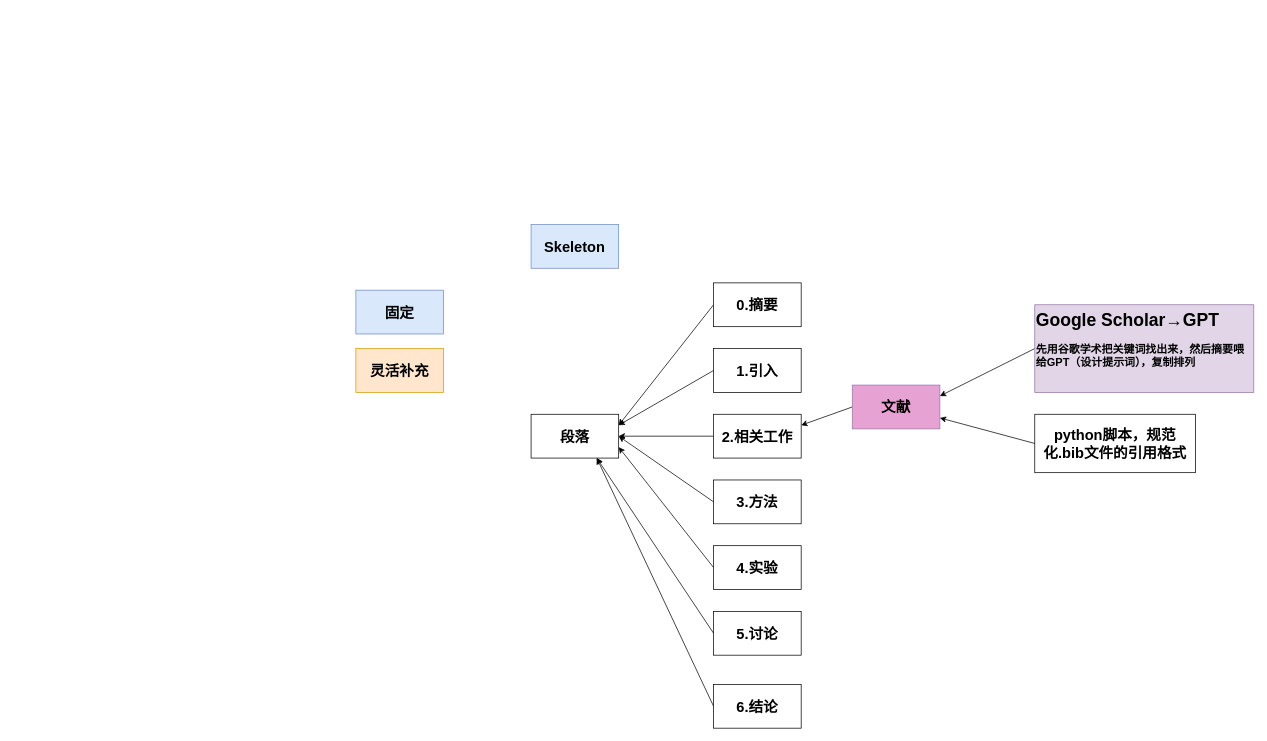
Above: 构建思路.drawio in ShellRedia/PaperConclusion (draw.io), before the change. Source tidied: cells renumbered, new cells numbered last; positions are measured from the earlier drawing's top-left corner, leaving out a move shared by most shapes. Both pictures are drawn from the tidied source at 73%, with x=0, y=0 at pixel (356, 224).
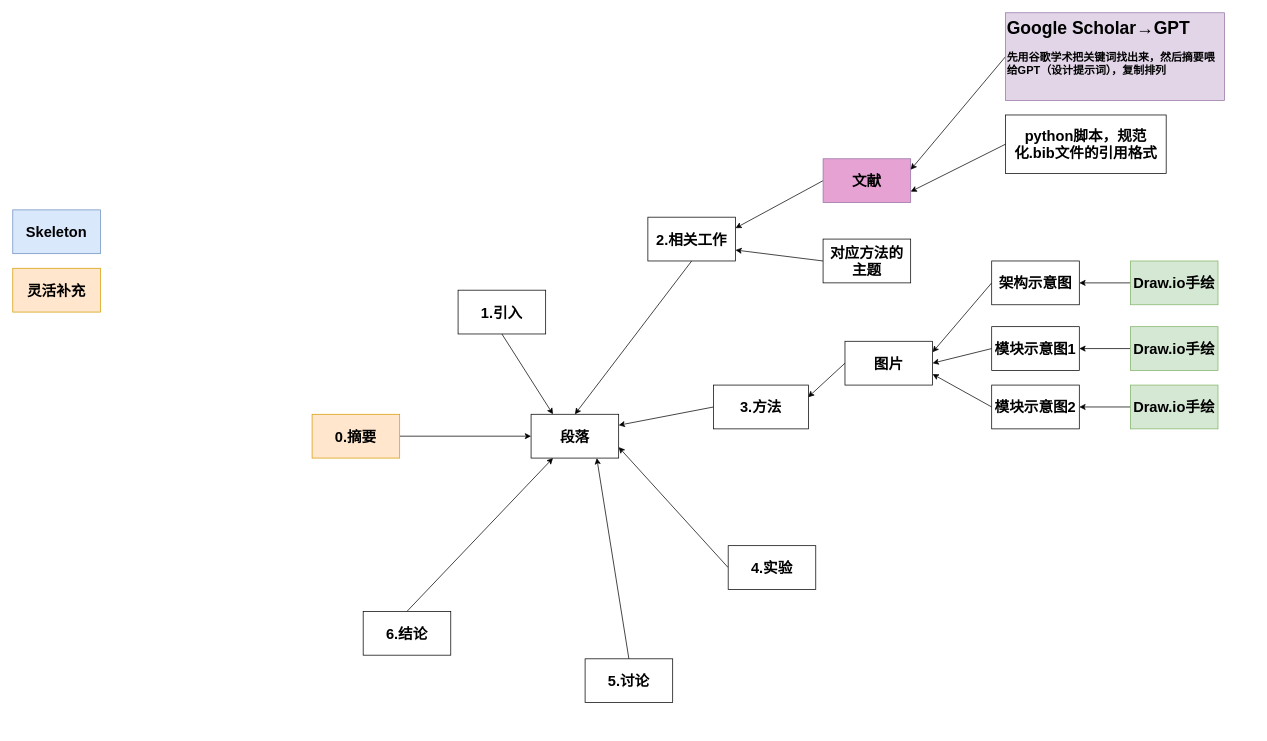
The same page after the edit.

Commit message:
更新构建思路.drawio

The change refers to these unchanged cells:
```xml
<mxCell id="2" value="&lt;font style=&quot;font-size: 20px;&quot;&gt;&lt;b&gt;段落&lt;/b&gt;&lt;/font&gt;" style="rounded=0;whiteSpace=wrap;html=1;" parent="1" vertex="1">
  <mxGeometry x="240" y="260" width="120" height="60" as="geometry" />
</mxCell>
```

Diff of the diagram source:
```diff
@@
     <mxCell id="3" value="&lt;span style=&quot;font-size: 20px;&quot;&gt;&lt;b&gt;灵活补充&lt;/b&gt;&lt;/span&gt;" style="rounded=0;whiteSpace=wrap;html=1;fillColor=#ffe6cc;strokeColor=#d79b00;" parent="1" vertex="1">
-      <mxGeometry y="170" width="120" height="60" as="geometry" />
+      <mxGeometry x="-470" y="60" width="120" height="60" as="geometry" />
     </mxCell>
@@
     <mxCell id="5" value="&lt;font style=&quot;font-size: 20px;&quot;&gt;&lt;b&gt;4.实验&lt;/b&gt;&lt;/font&gt;" style="rounded=0;whiteSpace=wrap;html=1;" parent="1" vertex="1">
-      <mxGeometry x="490" y="440" width="120" height="60" as="geometry" />
+      <mxGeometry x="510" y="440" width="120" height="60" as="geometry" />
     </mxCell>
-    <mxCell id="6" style="rounded=0;jettySize=auto;html=1;exitX=0;exitY=0.5;exitDx=0;exitDy=0;entryX=1;entryY=0.25;entryDx=0;entryDy=0;" parent="1" edge="1" source="7" target="2">
+    <mxCell id="6" style="edgeStyle=none;rounded=0;jettySize=auto;html=1;exitX=1;exitY=0.5;exitDx=0;exitDy=0;entryX=0;entryY=0.5;entryDx=0;entryDy=0;" parent="1" edge="1" source="7" target="2">
       <mxGeometry relative="1" as="geometry" />
     </mxCell>
-    <mxCell id="7" value="&lt;span style=&quot;font-size: 20px;&quot;&gt;&lt;b&gt;0.摘要&lt;/b&gt;&lt;/span&gt;" style="rounded=0;whiteSpace=wrap;html=1;" parent="1" vertex="1">
-      <mxGeometry x="490" y="80" width="120" height="60" as="geometry" />
+    <mxCell id="7" value="&lt;span style=&quot;font-size: 20px;&quot;&gt;&lt;b&gt;0.摘要&lt;/b&gt;&lt;/span&gt;" style="rounded=0;whiteSpace=wrap;html=1;fillColor=#ffe6cc;strokeColor=#d79b00;" parent="1" vertex="1">
+      <mxGeometry x="-60" y="260" width="120" height="60" as="geometry" />
     </mxCell>
-    <mxCell id="8" style="edgeStyle=none;rounded=0;jettySize=auto;html=1;exitX=0;exitY=0.5;exitDx=0;exitDy=0;entryX=1;entryY=0.25;entryDx=0;entryDy=0;" parent="1" edge="1" source="9" target="2">
+    <mxCell id="8" style="edgeStyle=none;rounded=0;jettySize=auto;html=1;exitX=0.5;exitY=1;exitDx=0;exitDy=0;entryX=0.25;entryY=0;entryDx=0;entryDy=0;" parent="1" edge="1" source="9" target="2">
       <mxGeometry relative="1" as="geometry" />
     </mxCell>
     <mxCell id="9" value="&lt;font style=&quot;font-size: 20px;&quot;&gt;&lt;b&gt;1.引入&lt;/b&gt;&lt;/font&gt;" style="rounded=0;whiteSpace=wrap;html=1;" parent="1" vertex="1">
-      <mxGeometry x="490" y="170" width="120" height="60" as="geometry" />
+      <mxGeometry x="140" y="90" width="120" height="60" as="geometry" />
     </mxCell>
-    <mxCell id="10" style="edgeStyle=none;rounded=0;jettySize=auto;html=1;exitX=0;exitY=0.5;exitDx=0;exitDy=0;entryX=1;entryY=0.5;entryDx=0;entryDy=0;" parent="1" edge="1" source="11" target="2">
+    <mxCell id="10" style="edgeStyle=none;rounded=0;jettySize=auto;html=1;exitX=0.5;exitY=1;exitDx=0;exitDy=0;entryX=0.5;entryY=0;entryDx=0;entryDy=0;" parent="1" edge="1" source="11" target="2">
       <mxGeometry relative="1" as="geometry" />
     </mxCell>
     <mxCell id="11" value="&lt;font style=&quot;font-size: 20px;&quot;&gt;&lt;b&gt;2.相关工作&lt;/b&gt;&lt;/font&gt;" style="rounded=0;whiteSpace=wrap;html=1;" parent="1" vertex="1">
-      <mxGeometry x="490" y="260" width="120" height="60" as="geometry" />
+      <mxGeometry x="400" y="-10" width="120" height="60" as="geometry" />
     </mxCell>
@@
     <mxCell id="13" value="&lt;font style=&quot;font-size: 20px;&quot;&gt;&lt;b&gt;文献&lt;/b&gt;&lt;/font&gt;" style="rounded=0;whiteSpace=wrap;html=1;fillColor=#E7A2D4;strokeColor=#9673a6;" parent="1" vertex="1">
-      <mxGeometry x="680" y="220" width="120" height="60" as="geometry" />
+      <mxGeometry x="640" y="-90" width="120" height="60" as="geometry" />
     </mxCell>
-    <mxCell id="14" style="edgeStyle=none;rounded=0;jettySize=auto;html=1;exitX=0;exitY=0.5;exitDx=0;exitDy=0;entryX=1;entryY=0.5;entryDx=0;entryDy=0;" parent="1" edge="1" source="15" target="2">
+    <mxCell id="14" style="edgeStyle=none;rounded=0;jettySize=auto;html=1;exitX=0;exitY=0.5;exitDx=0;exitDy=0;entryX=0.996;entryY=0.277;entryDx=0;entryDy=0;entryPerimeter=0;" parent="1" edge="1" source="15" target="42">
       <mxGeometry relative="1" as="geometry" />
     </mxCell>
-    <mxCell id="15" value="&lt;font style=&quot;font-size: 20px;&quot;&gt;&lt;b&gt;3.方法&lt;/b&gt;&lt;/font&gt;" style="rounded=0;whiteSpace=wrap;html=1;" parent="1" vertex="1">
-      <mxGeometry x="490" y="350" width="120" height="60" as="geometry" />
+    <mxCell id="15" value="&lt;font style=&quot;font-size: 20px;&quot;&gt;&lt;b&gt;图片&lt;/b&gt;&lt;/font&gt;" style="rounded=0;whiteSpace=wrap;html=1;" parent="1" vertex="1">
+      <mxGeometry x="670" y="160" width="120" height="60" as="geometry" />
     </mxCell>
-    <mxCell id="16" value="&lt;font style=&quot;font-size: 20px;&quot;&gt;&lt;b&gt;固定&lt;/b&gt;&lt;/font&gt;" style="rounded=0;whiteSpace=wrap;html=1;fillColor=#dae8fc;strokeColor=#6c8ebf;" parent="1" vertex="1">
-      <mxGeometry y="90" width="120" height="60" as="geometry" />
-    </mxCell>
@@
     <mxCell id="18" value="&lt;h1 style=&quot;margin-top: 0px;&quot;&gt;Google Scholar→GPT&lt;/h1&gt;&lt;p&gt;&lt;font style=&quot;font-size: 15px;&quot;&gt;&lt;b&gt;先用谷歌学术把关键词找出来，然后摘要喂给GPT（设计提示词），复制排列&lt;/b&gt;&lt;/font&gt;&lt;/p&gt;" style="text;html=1;whiteSpace=wrap;overflow=hidden;rounded=0;fillColor=#e1d5e7;strokeColor=#9673a6;" parent="1" vertex="1">
-      <mxGeometry x="930" y="110" width="300" height="120" as="geometry" />
+      <mxGeometry x="890" y="-290" width="300" height="120" as="geometry" />
     </mxCell>
-    <mxCell id="19" style="edgeStyle=none;rounded=0;jettySize=auto;html=1;exitX=0;exitY=0.5;exitDx=0;exitDy=0;entryX=0.75;entryY=1;entryDx=0;entryDy=0;" parent="1" edge="1" source="20" target="2">
+    <mxCell id="19" style="edgeStyle=none;rounded=0;jettySize=auto;html=1;exitX=0.5;exitY=0;exitDx=0;exitDy=0;entryX=0.75;entryY=1;entryDx=0;entryDy=0;" parent="1" edge="1" source="20" target="2">
       <mxGeometry relative="1" as="geometry" />
     </mxCell>
     <mxCell id="20" value="&lt;font style=&quot;font-size: 20px;&quot;&gt;&lt;b&gt;5.讨论&lt;/b&gt;&lt;/font&gt;" style="rounded=0;whiteSpace=wrap;html=1;" parent="1" vertex="1">
-      <mxGeometry x="490" y="530" width="120" height="60" as="geometry" />
+      <mxGeometry x="314" y="595" width="120" height="60" as="geometry" />
     </mxCell>
-    <mxCell id="21" style="edgeStyle=none;rounded=0;jettySize=auto;html=1;exitX=0;exitY=0.5;exitDx=0;exitDy=0;entryX=0.75;entryY=1;entryDx=0;entryDy=0;" parent="1" edge="1" source="22" target="2">
+    <mxCell id="21" style="edgeStyle=none;rounded=0;jettySize=auto;html=1;exitX=0.5;exitY=0;exitDx=0;exitDy=0;entryX=0.25;entryY=1;entryDx=0;entryDy=0;" parent="1" edge="1" source="22" target="2">
       <mxGeometry relative="1" as="geometry" />
     </mxCell>
     <mxCell id="22" value="&lt;font style=&quot;font-size: 20px;&quot;&gt;&lt;b&gt;6.结论&lt;/b&gt;&lt;/font&gt;" style="rounded=0;whiteSpace=wrap;html=1;" parent="1" vertex="1">
-      <mxGeometry x="490" y="630" width="120" height="60" as="geometry" />
+      <mxGeometry x="10" y="530" width="120" height="60" as="geometry" />
     </mxCell>
     <mxCell id="23" value="&lt;font style=&quot;font-size: 20px;&quot;&gt;&lt;b&gt;python脚本，规范化.bib文件的引用格式&lt;/b&gt;&lt;/font&gt;" style="rounded=0;whiteSpace=wrap;html=1;" parent="1" vertex="1">
-      <mxGeometry x="930" y="260" width="220" height="80" as="geometry" />
+      <mxGeometry x="890" y="-150" width="220" height="80" as="geometry" />
     </mxCell>
@@
     <mxCell id="25" value="&lt;font style=&quot;font-size: 20px;&quot;&gt;&lt;b&gt;Skeleton&lt;/b&gt;&lt;/font&gt;" style="rounded=0;whiteSpace=wrap;html=1;fillColor=#dae8fc;strokeColor=#6c8ebf;" parent="1" vertex="1">
-      <mxGeometry x="240" width="120" height="60" as="geometry" />
+      <mxGeometry x="-470" y="-20" width="120" height="60" as="geometry" />
     </mxCell>
+    <mxCell id="26" style="edgeStyle=none;rounded=0;jettySize=auto;html=1;exitX=0;exitY=0.5;exitDx=0;exitDy=0;entryX=1;entryY=0.75;entryDx=0;entryDy=0;" parent="1" edge="1" source="27" target="11">
+      <mxGeometry relative="1" as="geometry" />
+    </mxCell>
+    <mxCell id="27" value="&lt;font style=&quot;font-size: 20px;&quot;&gt;&lt;b&gt;对应方法的主题&lt;/b&gt;&lt;/font&gt;" style="rounded=0;whiteSpace=wrap;html=1;" parent="1" vertex="1">
+      <mxGeometry x="640" y="20" width="120" height="60" as="geometry" />
+    </mxCell>
+    <mxCell id="28" style="edgeStyle=none;rounded=0;jettySize=auto;html=1;exitX=0;exitY=0.5;exitDx=0;exitDy=0;entryX=1;entryY=0.25;entryDx=0;entryDy=0;" parent="1" edge="1" source="29" target="15">
+      <mxGeometry relative="1" as="geometry" />
+    </mxCell>
+    <mxCell id="29" value="&lt;span style=&quot;font-size: 20px;&quot;&gt;&lt;b&gt;架构示意图&lt;/b&gt;&lt;/span&gt;" style="rounded=0;whiteSpace=wrap;html=1;" parent="1" vertex="1">
+      <mxGeometry x="871" y="50" width="120" height="60" as="geometry" />
+    </mxCell>
+    <mxCell id="30" style="edgeStyle=none;rounded=0;jettySize=auto;html=1;exitX=0;exitY=0.5;exitDx=0;exitDy=0;entryX=1;entryY=0.5;entryDx=0;entryDy=0;" parent="1" edge="1" source="31" target="15">
+      <mxGeometry relative="1" as="geometry" />
+    </mxCell>
+    <mxCell id="31" value="&lt;span style=&quot;font-size: 20px;&quot;&gt;&lt;b&gt;模块示意图1&lt;/b&gt;&lt;/span&gt;" style="rounded=0;whiteSpace=wrap;html=1;" parent="1" vertex="1">
+      <mxGeometry x="871" y="140" width="120" height="60" as="geometry" />
+    </mxCell>
+    <mxCell id="32" style="edgeStyle=none;rounded=0;jettySize=auto;html=1;exitX=0;exitY=0.5;exitDx=0;exitDy=0;entryX=1;entryY=0.75;entryDx=0;entryDy=0;" parent="1" edge="1" source="33" target="15">
+      <mxGeometry relative="1" as="geometry" />
+    </mxCell>
+    <mxCell id="33" value="&lt;span style=&quot;font-size: 20px;&quot;&gt;&lt;b&gt;模块示意图2&lt;/b&gt;&lt;/span&gt;" style="rounded=0;whiteSpace=wrap;html=1;" parent="1" vertex="1">
+      <mxGeometry x="871" y="220" width="120" height="60" as="geometry" />
+    </mxCell>
+    <mxCell id="34" style="edgeStyle=none;rounded=0;orthogonalLoop=1;jettySize=auto;html=1;exitX=0;exitY=0.5;exitDx=0;exitDy=0;entryX=1;entryY=0.5;entryDx=0;entryDy=0;" parent="1" edge="1">
+      <mxGeometry relative="1" as="geometry">
+        <mxPoint x="1132" y="70" as="sourcePoint" />
+        <mxPoint x="1062" y="70" as="targetPoint" />
+      </mxGeometry>
+    </mxCell>
+    <mxCell id="35" style="edgeStyle=none;rounded=0;jettySize=auto;html=1;exitX=0;exitY=0.5;exitDx=0;exitDy=0;entryX=1;entryY=0.5;entryDx=0;entryDy=0;" parent="1" edge="1" source="36" target="29">
+      <mxGeometry relative="1" as="geometry" />
+    </mxCell>
+    <mxCell id="36" value="&lt;span style=&quot;font-size: 20px;&quot;&gt;&lt;b&gt;Draw.io手绘&lt;/b&gt;&lt;/span&gt;" style="rounded=0;whiteSpace=wrap;html=1;fillColor=#d5e8d4;strokeColor=#82b366;" parent="1" vertex="1">
+      <mxGeometry x="1061" y="50" width="120" height="60" as="geometry" />
+    </mxCell>
+    <mxCell id="37" style="edgeStyle=none;rounded=0;jettySize=auto;html=1;exitX=0;exitY=0.5;exitDx=0;exitDy=0;entryX=1;entryY=0.5;entryDx=0;entryDy=0;" parent="1" edge="1" source="38" target="31">
+      <mxGeometry relative="1" as="geometry" />
+    </mxCell>
+    <mxCell id="38" value="&lt;span style=&quot;font-size: 20px;&quot;&gt;&lt;b&gt;Draw.io手绘&lt;/b&gt;&lt;/span&gt;" style="rounded=0;whiteSpace=wrap;html=1;fillColor=#d5e8d4;strokeColor=#82b366;" parent="1" vertex="1">
+      <mxGeometry x="1061" y="140" width="120" height="60" as="geometry" />
+    </mxCell>
+    <mxCell id="39" style="edgeStyle=none;rounded=0;jettySize=auto;html=1;exitX=0;exitY=0.5;exitDx=0;exitDy=0;entryX=1;entryY=0.5;entryDx=0;entryDy=0;" parent="1" edge="1" source="40" target="33">
+      <mxGeometry relative="1" as="geometry" />
+    </mxCell>
+    <mxCell id="40" value="&lt;span style=&quot;font-size: 20px;&quot;&gt;&lt;b&gt;Draw.io手绘&lt;/b&gt;&lt;/span&gt;" style="rounded=0;whiteSpace=wrap;html=1;fillColor=#d5e8d4;strokeColor=#82b366;" parent="1" vertex="1">
+      <mxGeometry x="1061" y="220" width="120" height="60" as="geometry" />
+    </mxCell>
+    <mxCell id="41" style="edgeStyle=none;rounded=0;jettySize=auto;html=1;exitX=0;exitY=0.5;exitDx=0;exitDy=0;entryX=1;entryY=0.25;entryDx=0;entryDy=0;" parent="1" edge="1" source="42" target="2">
+      <mxGeometry relative="1" as="geometry" />
+    </mxCell>
+    <mxCell id="42" value="&lt;font style=&quot;font-size: 20px;&quot;&gt;&lt;b&gt;3.方法&lt;/b&gt;&lt;/font&gt;" style="rounded=0;whiteSpace=wrap;html=1;" parent="1" vertex="1">
+      <mxGeometry x="490" y="220" width="130" height="60" as="geometry" />
+    </mxCell>
```
